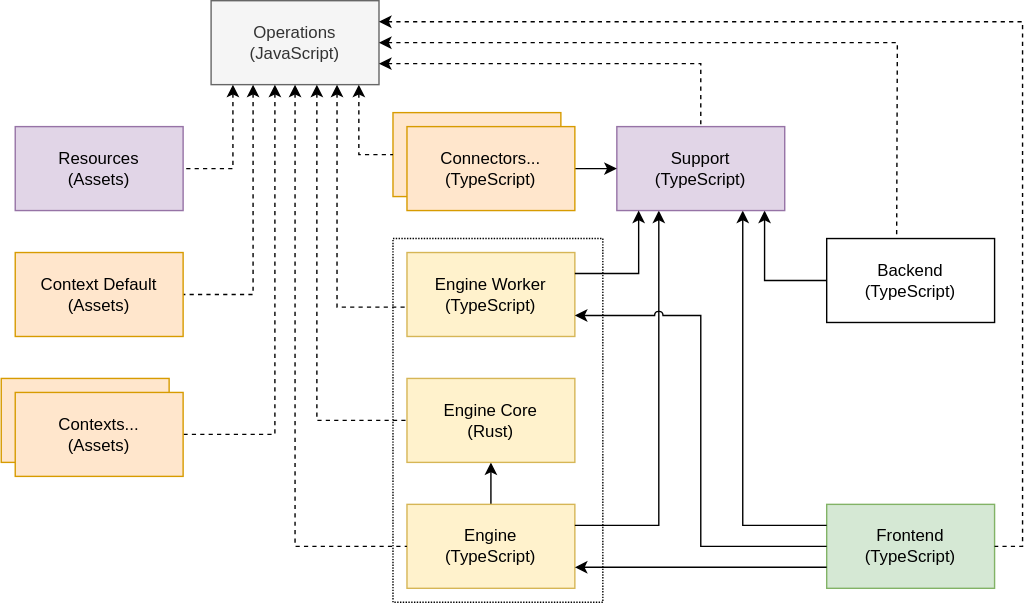
The draw.io diagram Project Dependencies.drawio.svg in data-positioning/datapos, before a commit. Source tidied: cells renumbered, new cells last; positions are measured from the earlier drawing's top-left corner, leaving out a move shared by most shapes. Its diagram source:
```xml
<mxGraphModel>
  <root>
    <mxCell id="0" />
    <mxCell id="1" parent="0" />
    <mxCell id="2" value="Operations&lt;br&gt;(JavaScript)" style="rounded=0;whiteSpace=wrap;html=1;points=[[0,0,0,0,0],[0,0.25,0,0,0],[0,0.5,0,0,0],[0,0.75,0,0,0],[0,1,0,0,0],[0.13,1,0,0,0],[0.25,0,0,0,0],[0.25,1,0,0,0],[0.38,1,0,0,0],[0.5,0,0,0,0],[0.5,1,0,0,0],[0.63,1,0,0,0],[0.75,0,0,0,0],[0.75,1,0,0,0],[0.88,1,0,0,0],[1,0,0,0,0],[1,0.25,0,0,0],[1,0.5,0,0,0],[1,0.75,0,0,0],[1,1,0,0,0]];fillColor=#f5f5f5;fontColor=#333333;strokeColor=#666666;" parent="1" vertex="1">
      <mxGeometry x="150" width="120" height="60" as="geometry" />
    </mxCell>
    <mxCell id="3" value="Resources&lt;br&gt;(Assets)" style="rounded=0;whiteSpace=wrap;html=1;fillColor=#e1d5e7;strokeColor=#9673a6;" parent="1" vertex="1">
      <mxGeometry x="10" y="90" width="120" height="60" as="geometry" />
    </mxCell>
    <mxCell id="4" style="endArrow=none;html=1;rounded=0;entryX=1;entryY=0.5;entryDx=0;entryDy=0;exitX=0.25;exitY=1;exitDx=0;exitDy=0;endFill=0;startArrow=classic;startFill=1;edgeStyle=orthogonalEdgeStyle;jumpStyle=arc;dashed=1;exitPerimeter=0;" parent="1" edge="1" source="2" target="30">
      <mxGeometry relative="1" as="geometry">
        <Array as="points">
          <mxPoint x="180" y="210" />
        </Array>
      </mxGeometry>
    </mxCell>
    <mxCell id="5" style="endArrow=none;html=1;rounded=0;exitX=1;exitY=0.75;exitDx=0;exitDy=0;startArrow=classic;startFill=1;endFill=0;entryX=0.5;entryY=0;entryDx=0;entryDy=0;entryPerimeter=0;edgeStyle=orthogonalEdgeStyle;exitPerimeter=0;jumpStyle=arc;dashed=1;" parent="1" edge="1" source="2" target="24">
      <mxGeometry relative="1" as="geometry" />
    </mxCell>
    <mxCell id="6" style="edgeStyle=orthogonalEdgeStyle;rounded=0;jettySize=auto;html=1;startArrow=none;startFill=0;endArrow=classic;endFill=1;jumpStyle=arc;" parent="1" edge="1" source="7" target="8">
      <mxGeometry relative="1" as="geometry" />
    </mxCell>
    <mxCell id="7" value="Engine&lt;br&gt;(TypeScript)" style="rounded=0;whiteSpace=wrap;html=1;fillColor=#fff2cc;strokeColor=#d6b656;" parent="1" vertex="1">
      <mxGeometry x="290" y="360" width="120" height="60" as="geometry" />
    </mxCell>
    <mxCell id="8" value="Engine Core&lt;br&gt;(Rust)" style="rounded=0;whiteSpace=wrap;html=1;fillColor=#fff2cc;strokeColor=#d6b656;" parent="1" vertex="1">
      <mxGeometry x="290" y="270" width="120" height="60" as="geometry" />
    </mxCell>
    <mxCell id="9" style="endArrow=none;html=1;rounded=0;entryX=0;entryY=0.5;entryDx=0;entryDy=0;exitX=0.5;exitY=1;exitDx=0;exitDy=0;startArrow=classic;startFill=1;endFill=0;exitPerimeter=0;edgeStyle=orthogonalEdgeStyle;jumpStyle=arc;dashed=1;" parent="1" edge="1" source="2" target="7">
      <mxGeometry relative="1" as="geometry" />
    </mxCell>
    <mxCell id="10" style="endArrow=none;html=1;rounded=0;exitX=0.25;exitY=1;exitDx=0;exitDy=0;startArrow=classic;startFill=1;endFill=0;entryX=1;entryY=0.25;entryDx=0;entryDy=0;exitPerimeter=0;edgeStyle=orthogonalEdgeStyle;jumpStyle=arc;" parent="1" edge="1" source="24" target="7">
      <mxGeometry relative="1" as="geometry" />
    </mxCell>
    <mxCell id="11" style="endArrow=none;html=1;rounded=0;entryX=0;entryY=0.5;entryDx=0;entryDy=0;exitX=0.63;exitY=1;exitDx=0;exitDy=0;startArrow=classic;startFill=1;endFill=0;exitPerimeter=0;edgeStyle=orthogonalEdgeStyle;jumpStyle=arc;dashed=1;" parent="1" edge="1" source="2" target="8">
      <mxGeometry relative="1" as="geometry" />
    </mxCell>
    <mxCell id="12" value="Engine Worker&lt;br style=&quot;border-color: var(--border-color);&quot;&gt;(TypeScript)" style="rounded=0;whiteSpace=wrap;html=1;fillColor=#fff2cc;strokeColor=#d6b656;" parent="1" vertex="1">
      <mxGeometry x="290" y="180" width="120" height="60" as="geometry" />
    </mxCell>
    <mxCell id="13" style="endArrow=none;html=1;rounded=0;entryX=0.008;entryY=0.65;entryDx=0;entryDy=0;exitX=0.75;exitY=1;exitDx=0;exitDy=0;entryPerimeter=0;startArrow=classic;startFill=1;endFill=0;exitPerimeter=0;edgeStyle=orthogonalEdgeStyle;jumpStyle=arc;dashed=1;" parent="1" edge="1" source="2" target="12">
      <mxGeometry relative="1" as="geometry" />
    </mxCell>
    <mxCell id="14" style="rounded=0;whiteSpace=wrap;html=1;fillColor=#ffe6cc;strokeColor=#d79b00;" parent="1" vertex="1">
      <mxGeometry y="270" width="120" height="60" as="geometry" />
    </mxCell>
    <mxCell id="15" style="endArrow=none;html=1;rounded=0;entryX=1;entryY=0.5;entryDx=0;entryDy=0;startArrow=classic;startFill=1;endFill=0;jumpStyle=arc;dashed=1;exitX=0.13;exitY=1;exitDx=0;exitDy=0;exitPerimeter=0;edgeStyle=orthogonalEdgeStyle;" parent="1" edge="1" source="2" target="3">
      <mxGeometry relative="1" as="geometry" />
    </mxCell>
    <mxCell id="16" value="Backend&lt;br style=&quot;border-color: var(--border-color);&quot;&gt;(TypeScript)" style="rounded=0;whiteSpace=wrap;html=1;" parent="1" vertex="1">
      <mxGeometry x="590" y="170" width="120" height="60" as="geometry" />
    </mxCell>
    <mxCell id="17" value="Frontend&lt;br style=&quot;border-color: var(--border-color);&quot;&gt;(TypeScript)" style="rounded=0;whiteSpace=wrap;html=1;fillColor=#d5e8d4;strokeColor=#82b366;" parent="1" vertex="1">
      <mxGeometry x="590" y="360" width="120" height="60" as="geometry" />
    </mxCell>
    <mxCell id="18" style="endArrow=none;html=1;rounded=0;exitX=0.88;exitY=1;exitDx=0;exitDy=0;entryX=0;entryY=0.5;entryDx=0;entryDy=0;startArrow=classic;startFill=1;endFill=0;exitPerimeter=0;edgeStyle=orthogonalEdgeStyle;jumpStyle=arc;" parent="1" edge="1" source="24" target="16">
      <mxGeometry relative="1" as="geometry" />
    </mxCell>
    <mxCell id="19" style="endArrow=none;html=1;rounded=0;exitX=0.75;exitY=1;exitDx=0;exitDy=0;startArrow=classic;startFill=1;endFill=0;exitPerimeter=0;edgeStyle=orthogonalEdgeStyle;entryX=0;entryY=0.25;entryDx=0;entryDy=0;jumpStyle=arc;" parent="1" edge="1" source="24" target="17">
      <mxGeometry relative="1" as="geometry" />
    </mxCell>
    <mxCell id="20" style="endArrow=none;html=1;rounded=0;exitX=1;exitY=0.5;exitDx=0;exitDy=0;entryX=0.5;entryY=0;entryDx=0;entryDy=0;startArrow=classic;startFill=1;endFill=0;exitPerimeter=0;edgeStyle=orthogonalEdgeStyle;jumpStyle=arc;dashed=1;" parent="1" edge="1" source="2">
      <mxGeometry relative="1" as="geometry">
        <mxPoint x="640" y="170" as="targetPoint" />
      </mxGeometry>
    </mxCell>
    <mxCell id="21" style="endArrow=none;html=1;rounded=0;exitX=1;exitY=0.25;exitDx=0;exitDy=0;entryX=1;entryY=0.5;entryDx=0;entryDy=0;startArrow=classic;startFill=1;endFill=0;edgeStyle=orthogonalEdgeStyle;exitPerimeter=0;jumpStyle=arc;dashed=1;" parent="1" edge="1" source="2" target="17">
      <mxGeometry relative="1" as="geometry">
        <Array as="points">
          <mxPoint x="730" y="15" />
          <mxPoint x="730" y="390" />
        </Array>
      </mxGeometry>
    </mxCell>
    <mxCell id="22" style="endArrow=none;html=1;rounded=0;startArrow=classic;startFill=1;endFill=0;entryX=0;entryY=0.75;entryDx=0;entryDy=0;exitX=1;exitY=0.75;exitDx=0;exitDy=0;jumpStyle=arc;" parent="1" edge="1" source="7" target="17">
      <mxGeometry relative="1" as="geometry" />
    </mxCell>
    <mxCell id="23" style="endArrow=none;html=1;rounded=0;exitX=1;exitY=0.75;exitDx=0;exitDy=0;entryX=0;entryY=0.5;entryDx=0;entryDy=0;startArrow=classic;startFill=1;endFill=0;edgeStyle=orthogonalEdgeStyle;jumpStyle=arc;" parent="1" edge="1" source="12" target="17">
      <mxGeometry relative="1" as="geometry">
        <Array as="points">
          <mxPoint x="500" y="225" />
          <mxPoint x="500" y="390" />
        </Array>
      </mxGeometry>
    </mxCell>
    <mxCell id="24" value="Support&lt;br style=&quot;border-color: var(--border-color);&quot;&gt;(TypeScript)" style="rounded=0;whiteSpace=wrap;html=1;points=[[0,0,0,0,0],[0,0.25,0,0,0],[0,0.5,0,0,0],[0,0.75,0,0,0],[0,1,0,0,0],[0.13,1,0,0,0],[0.25,0,0,0,0],[0.25,1,0,0,0],[0.38,1,0,0,0],[0.5,0,0,0,0],[0.5,1,0,0,0],[0.63,1,0,0,0],[0.75,0,0,0,0],[0.75,1,0,0,0],[0.88,1,0,0,0],[1,0,0,0,0],[1,0.25,0,0,0],[1,0.5,0,0,0],[1,0.75,0,0,0],[1,1,0,0,0]];fillColor=#e1d5e7;strokeColor=#9673a6;" parent="1" vertex="1">
      <mxGeometry x="440" y="90" width="120" height="60" as="geometry" />
    </mxCell>
    <mxCell id="25" style="endArrow=classic;html=1;rounded=0;entryX=0.13;entryY=1;entryDx=0;entryDy=0;entryPerimeter=0;exitX=1;exitY=0.25;exitDx=0;exitDy=0;edgeStyle=orthogonalEdgeStyle;jumpStyle=arc;" parent="1" edge="1" source="12" target="24">
      <mxGeometry relative="1" as="geometry" />
    </mxCell>
    <mxCell id="26" style="rounded=0;whiteSpace=wrap;html=1;fillColor=#ffe6cc;strokeColor=#d79b00;" parent="1" vertex="1">
      <mxGeometry x="280" y="80" width="120" height="60" as="geometry" />
    </mxCell>
    <mxCell id="27" style="endArrow=none;html=1;rounded=0;entryX=0;entryY=0.5;entryDx=0;entryDy=0;exitX=0.88;exitY=1;exitDx=0;exitDy=0;endFill=0;startArrow=classic;startFill=1;edgeStyle=orthogonalEdgeStyle;jumpStyle=arc;dashed=1;exitPerimeter=0;" parent="1" edge="1" source="2" target="26">
      <mxGeometry relative="1" as="geometry" />
    </mxCell>
    <mxCell id="28" style="endArrow=classic;html=1;rounded=0;entryX=0;entryY=0.5;entryDx=0;entryDy=0;entryPerimeter=0;jumpStyle=arc;exitX=1;exitY=0.5;exitDx=0;exitDy=0;" parent="1" edge="1" source="29" target="24">
      <mxGeometry relative="1" as="geometry" />
    </mxCell>
    <mxCell id="29" value="Connectors...&lt;br style=&quot;border-color: var(--border-color);&quot;&gt;(TypeScript)" style="rounded=0;whiteSpace=wrap;html=1;fillColor=#ffe6cc;strokeColor=#d79b00;" parent="1" vertex="1">
      <mxGeometry x="290" y="90" width="120" height="60" as="geometry" />
    </mxCell>
    <mxCell id="30" value="Context Default&lt;br style=&quot;border-color: var(--border-color);&quot;&gt;(Assets)" style="rounded=0;whiteSpace=wrap;html=1;fillColor=#ffe6cc;strokeColor=#d79b00;" parent="1" vertex="1">
      <mxGeometry x="10" y="180" width="120" height="60" as="geometry" />
    </mxCell>
    <mxCell id="31" style="endArrow=none;html=1;rounded=0;endFill=0;startArrow=classic;startFill=1;jumpStyle=arc;dashed=1;exitX=0.38;exitY=1;exitDx=0;exitDy=0;exitPerimeter=0;edgeStyle=orthogonalEdgeStyle;entryX=1;entryY=0.5;entryDx=0;entryDy=0;" parent="1" edge="1" source="2" target="32">
      <mxGeometry relative="1" as="geometry" />
    </mxCell>
    <mxCell id="32" value="Contexts...&lt;br style=&quot;border-color: var(--border-color);&quot;&gt;(Assets)" style="rounded=0;whiteSpace=wrap;html=1;fillColor=#ffe6cc;strokeColor=#d79b00;" parent="1" vertex="1">
      <mxGeometry x="10" y="280" width="120" height="60" as="geometry" />
    </mxCell>
    <mxCell id="33" style="rounded=0;whiteSpace=wrap;html=1;fillColor=none;strokeColor=#000000;dashed=1;dashPattern=1 1;" parent="1" vertex="1">
      <mxGeometry x="280" y="170" width="150" height="260" as="geometry" />
    </mxCell>
  </root>
</mxGraphModel>
```
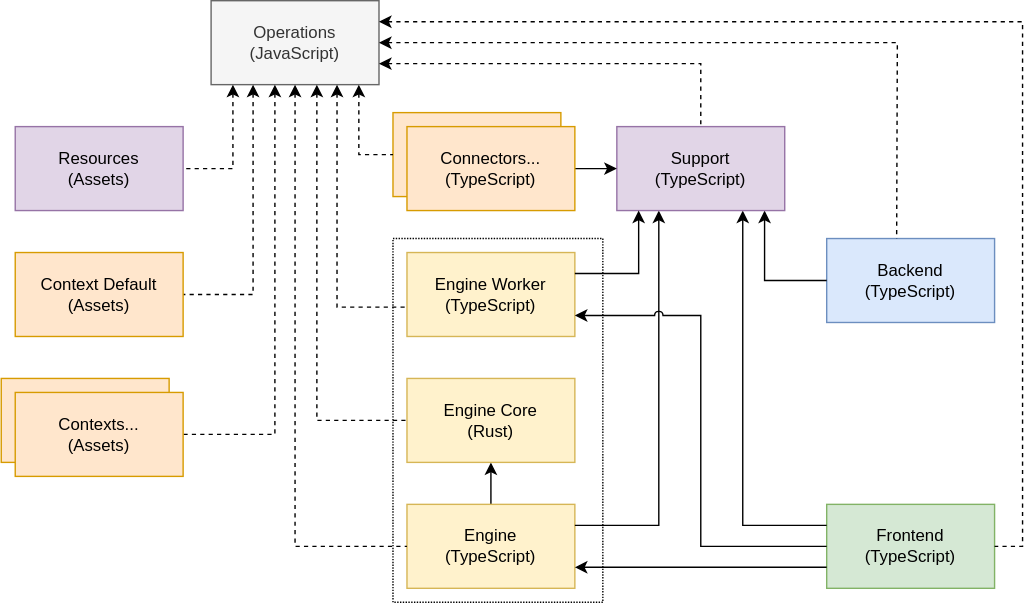
Above is the later version.

Diff of the diagram source:
```diff
@@ -48,7 +48,7 @@
     <mxCell id="15" style="endArrow=none;html=1;rounded=0;entryX=1;entryY=0.5;entryDx=0;entryDy=0;startArrow=classic;startFill=1;endFill=0;jumpStyle=arc;dashed=1;exitX=0.13;exitY=1;exitDx=0;exitDy=0;exitPerimeter=0;edgeStyle=orthogonalEdgeStyle;" parent="1" edge="1" source="2" target="3">
       <mxGeometry relative="1" as="geometry" />
     </mxCell>
-    <mxCell id="16" value="Backend&lt;br style=&quot;border-color: var(--border-color);&quot;&gt;(TypeScript)" style="rounded=0;whiteSpace=wrap;html=1;" parent="1" vertex="1">
+    <mxCell id="16" value="Backend&lt;br style=&quot;border-color: var(--border-color);&quot;&gt;(TypeScript)" style="rounded=0;whiteSpace=wrap;html=1;fillColor=#dae8fc;strokeColor=#6c8ebf;" parent="1" vertex="1">
       <mxGeometry x="590" y="170" width="120" height="60" as="geometry" />
     </mxCell>
     <mxCell id="17" value="Frontend&lt;br style=&quot;border-color: var(--border-color);&quot;&gt;(TypeScript)" style="rounded=0;whiteSpace=wrap;html=1;fillColor=#d5e8d4;strokeColor=#82b366;" parent="1" vertex="1">
```
